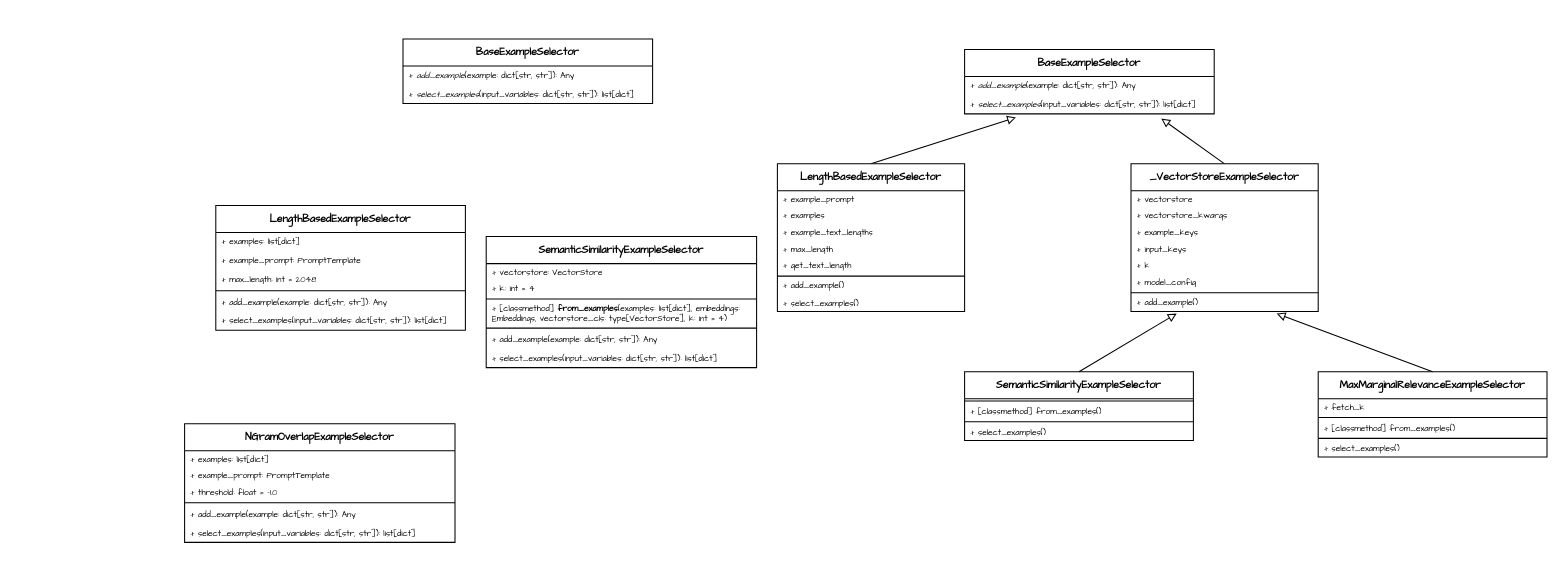
The draw.io diagram page "ExampleSelector" (5 of 8) of Draw_Files/langchain.drawio in wangmu0115/WangMu, before the edit. Source tidied: cells renumbered, new cells numbered last; positions are measured from the earlier drawing's top-left corner, leaving out a move shared by most shapes. Both pictures are drawn from the tidied source at 104%, with x=0, y=0 at pixel (184, 38).
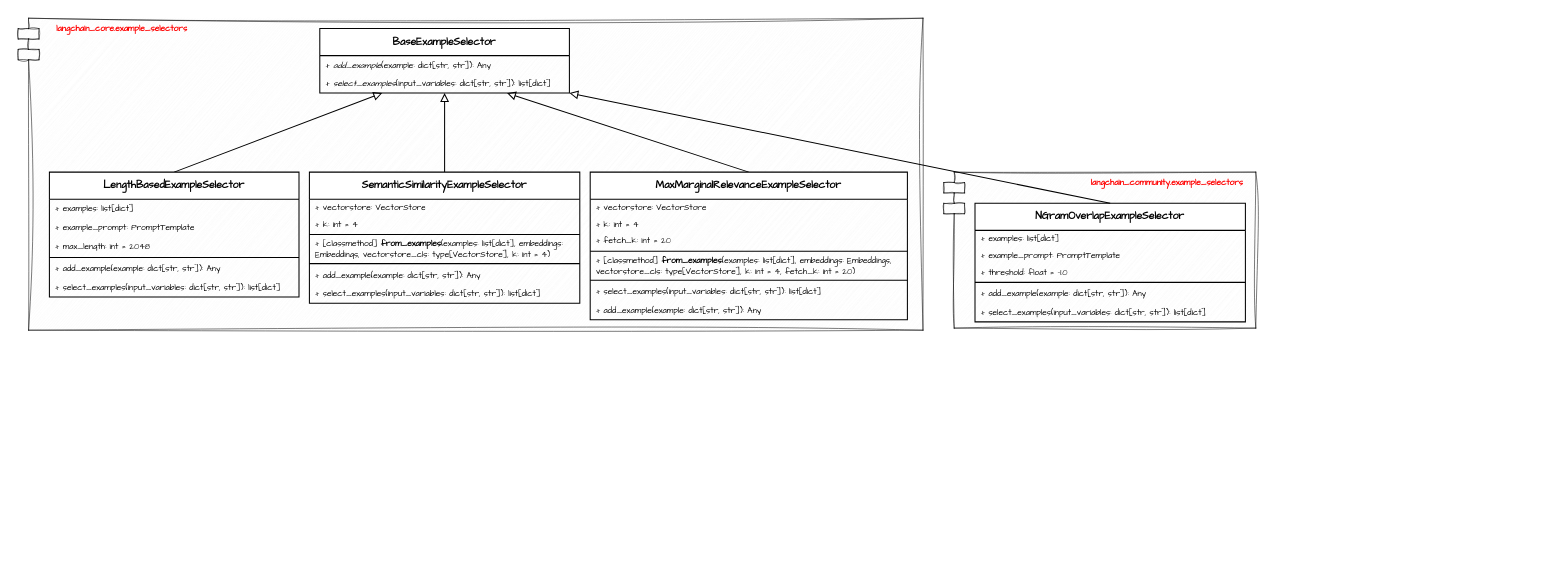
The same page after the edit.

Change to the diagram source:
```diff
@@
-    <mxCell id="2" style="rounded=0;jettySize=auto;html=1;entryX=0.5;entryY=0;entryDx=0;entryDy=0;exitX=0.206;exitY=1.188;exitDx=0;exitDy=0;startArrow=block;startFill=0;endArrow=none;endFill=0;exitPerimeter=0;" parent="1" edge="1" source="6" target="7">
-      <mxGeometry relative="1" as="geometry" />
-    </mxCell>
-    <mxCell id="3" style="rounded=0;jettySize=auto;html=1;entryX=0.5;entryY=0;entryDx=0;entryDy=0;exitX=0.788;exitY=1.25;exitDx=0;exitDy=0;startArrow=block;startFill=0;endArrow=none;endFill=0;exitPerimeter=0;" parent="1" edge="1" source="6" target="27">
-      <mxGeometry relative="1" as="geometry" />
-    </mxCell>
-    <mxCell id="4" value="BaseExampleSelector" style="swimlane;fontStyle=1;align=center;verticalAlign=top;horizontal=1;startSize=26;whiteSpace=wrap;html=1;fontFamily=Comic Sans MS;fontSize=10;" parent="1" vertex="1">
-      <mxGeometry x="750" y="10" width="240" height="62" as="geometry" />
-    </mxCell>
-    <mxCell id="5" value="+ &lt;i&gt;add_example&lt;/i&gt;(example: dict[str, str]): Any" style="text;strokeColor=none;fillColor=none;align=left;verticalAlign=middle;spacingLeft=4;spacingRight=4;overflow=hidden;whiteSpace=wrap;html=1;fontFamily=Comic Sans MS;fontSize=8;" parent="4" vertex="1">
-      <mxGeometry y="26" width="240" height="18" as="geometry" />
-    </mxCell>
-    <mxCell id="6" value="+ &lt;i&gt;select_examples&lt;/i&gt;(input_variables: dict[str, str]):&amp;nbsp;list[dict]" style="text;strokeColor=none;fillColor=none;align=left;verticalAlign=middle;spacingLeft=4;spacingRight=4;overflow=hidden;points=[[0,0.5],[1,0.5]];portConstraint=eastwest;whiteSpace=wrap;html=1;fontFamily=Comic Sans MS;fontSize=8;" parent="4" vertex="1">
-      <mxGeometry y="44" width="240" height="18" as="geometry" />
-    </mxCell>
-    <mxCell id="7" value="LengthBasedExampleSelector" style="swimlane;fontStyle=1;align=center;verticalAlign=top;horizontal=1;startSize=26;whiteSpace=wrap;html=1;fontFamily=Comic Sans MS;fontSize=10;" parent="1" vertex="1">
-      <mxGeometry x="570" y="120" width="180" height="142" as="geometry" />
-    </mxCell>
-    <mxCell id="8" value="+ example_prompt" style="text;strokeColor=none;fillColor=none;align=left;verticalAlign=middle;spacingLeft=4;spacingRight=4;overflow=hidden;whiteSpace=wrap;html=1;fontFamily=Comic Sans MS;fontSize=8;" parent="7" vertex="1">
-      <mxGeometry y="26" width="180" height="16" as="geometry" />
-    </mxCell>
-    <mxCell id="9" value="+ examples" style="text;strokeColor=none;fillColor=none;align=left;verticalAlign=middle;spacingLeft=4;spacingRight=4;overflow=hidden;whiteSpace=wrap;html=1;fontFamily=Comic Sans MS;fontSize=8;" parent="7" vertex="1">
-      <mxGeometry y="42" width="180" height="16" as="geometry" />
-    </mxCell>
-    <mxCell id="10" value="+ example_text_lengths" style="text;strokeColor=none;fillColor=none;align=left;verticalAlign=middle;spacingLeft=4;spacingRight=4;overflow=hidden;whiteSpace=wrap;html=1;fontFamily=Comic Sans MS;fontSize=8;" parent="7" vertex="1">
-      <mxGeometry y="58" width="180" height="16" as="geometry" />
-    </mxCell>
-    <mxCell id="11" value="+ max_length" style="text;strokeColor=none;fillColor=none;align=left;verticalAlign=middle;spacingLeft=4;spacingRight=4;overflow=hidden;whiteSpace=wrap;html=1;fontFamily=Comic Sans MS;fontSize=8;" parent="7" vertex="1">
-      <mxGeometry y="74" width="180" height="16" as="geometry" />
-    </mxCell>
-    <mxCell id="12" value="+ get_text_length" style="text;strokeColor=none;fillColor=none;align=left;verticalAlign=middle;spacingLeft=4;spacingRight=4;overflow=hidden;whiteSpace=wrap;html=1;fontFamily=Comic Sans MS;fontSize=8;" parent="7" vertex="1">
-      <mxGeometry y="90" width="180" height="16" as="geometry" />
-    </mxCell>
-    <mxCell id="13" style="line;strokeWidth=1;fillColor=none;align=left;verticalAlign=middle;spacingTop=-1;spacingLeft=3;spacingRight=3;labelPosition=right;strokeColor=inherit;fontFamily=Comic Sans MS;" parent="7" vertex="1">
-      <mxGeometry y="106" width="180" height="4" as="geometry" />
-    </mxCell>
-    <mxCell id="14" value="+ add_example()&lt;div&gt;&amp;nbsp;&lt;/div&gt;" style="text;strokeColor=none;fillColor=none;align=left;verticalAlign=middle;spacingLeft=4;spacingRight=4;overflow=hidden;whiteSpace=wrap;html=1;fontFamily=Comic Sans MS;fontSize=8;" parent="7" vertex="1">
-      <mxGeometry y="110" width="180" height="16" as="geometry" />
-    </mxCell>
-    <mxCell id="15" value="+ select_examples()" style="text;strokeColor=none;fillColor=none;align=left;verticalAlign=middle;spacingLeft=4;spacingRight=4;overflow=hidden;whiteSpace=wrap;html=1;fontFamily=Comic Sans MS;fontSize=8;" parent="7" vertex="1">
-      <mxGeometry y="126" width="180" height="16" as="geometry" />
-    </mxCell>
-    <mxCell id="16" value="SemanticSimilarityExampleSelector" style="swimlane;fontStyle=1;align=center;verticalAlign=top;horizontal=1;startSize=26;whiteSpace=wrap;html=1;fontFamily=Comic Sans MS;fontSize=10;" parent="1" vertex="1">
-      <mxGeometry x="750" y="320" width="220" height="66" as="geometry" />
-    </mxCell>
-    <mxCell id="17" style="line;strokeWidth=1;fillColor=none;align=left;verticalAlign=middle;spacingTop=-1;spacingLeft=3;spacingRight=3;labelPosition=right;strokeColor=inherit;fontFamily=Comic Sans MS;" parent="16" vertex="1">
-      <mxGeometry y="26" width="220" height="4" as="geometry" />
-    </mxCell>
-    <mxCell id="18" value="+ [classmethod] from_examples()" style="text;strokeColor=none;fillColor=none;align=left;verticalAlign=middle;spacingLeft=4;spacingRight=4;overflow=hidden;whiteSpace=wrap;html=1;fontFamily=Comic Sans MS;fontSize=8;" parent="16" vertex="1">
-      <mxGeometry y="30" width="220" height="16" as="geometry" />
-    </mxCell>
-    <mxCell id="19" style="line;strokeWidth=1;fillColor=none;align=left;verticalAlign=middle;spacingTop=-1;spacingLeft=3;spacingRight=3;labelPosition=right;strokeColor=inherit;" parent="16" vertex="1">
-      <mxGeometry y="46" width="220" height="4" as="geometry" />
-    </mxCell>
-    <mxCell id="20" value="+ select_examples()" style="text;strokeColor=none;fillColor=none;align=left;verticalAlign=middle;spacingLeft=4;spacingRight=4;overflow=hidden;whiteSpace=wrap;html=1;fontFamily=Comic Sans MS;fontSize=8;" parent="16" vertex="1">
-      <mxGeometry y="50" width="220" height="16" as="geometry" />
-    </mxCell>
+    <mxCell id="63" style="shape=module;align=left;spacingLeft=20;align=center;verticalAlign=top;whiteSpace=wrap;html=1;fillColor=#f5f5f5;fontColor=#333333;strokeColor=default;sketch=1;curveFitting=1;jiggle=2;strokeWidth=0.5;" parent="1" vertex="1">
+      <mxGeometry x="-160" y="-20" width="870" height="300" as="geometry" />
+    </mxCell>
+    <mxCell id="64" style="shape=module;align=left;spacingLeft=20;align=center;verticalAlign=top;whiteSpace=wrap;html=1;fillColor=#f5f5f5;fontColor=#333333;strokeColor=default;sketch=1;curveFitting=1;jiggle=2;strokeWidth=0.5;" parent="1" vertex="1">
+      <mxGeometry x="730" y="128" width="300" height="150" as="geometry" />
+    </mxCell>
+    <mxCell id="65" style="rounded=0;jettySize=auto;html=1;exitX=0.5;exitY=0;exitDx=0;exitDy=0;entryX=0.75;entryY=1;entryDx=0;entryDy=0;endArrow=block;endFill=0;" parent="1" edge="1" source="21" target="45">
+      <mxGeometry relative="1" as="geometry" />
+    </mxCell>
     <mxCell id="21" value="MaxMarginalRelevanceExampleSelector" style="swimlane;fontStyle=1;align=center;verticalAlign=top;horizontal=1;startSize=26;whiteSpace=wrap;html=1;fontFamily=Comic Sans MS;fontSize=10;" parent="1" vertex="1">
-      <mxGeometry x="1090" y="320" width="220" height="82" as="geometry" />
+      <mxGeometry x="390" y="128" width="305" height="142" as="geometry" />
     </mxCell>
+    <mxCell id="66" value="+ vectorstore: VectorStore" style="text;strokeColor=none;fillColor=none;align=left;verticalAlign=middle;spacingLeft=4;spacingRight=4;overflow=hidden;whiteSpace=wrap;html=1;fontFamily=Comic Sans MS;fontSize=8;" parent="21" vertex="1">
+      <mxGeometry y="26" width="305" height="16" as="geometry" />
+    </mxCell>
+    <mxCell id="67" value="+ k: int = 4" style="text;strokeColor=none;fillColor=none;align=left;verticalAlign=middle;spacingLeft=4;spacingRight=4;overflow=hidden;whiteSpace=wrap;html=1;fontFamily=Comic Sans MS;fontSize=8;" parent="21" vertex="1">
+      <mxGeometry y="42" width="305" height="16" as="geometry" />
+    </mxCell>
-    <mxCell id="22" value="+ fetch_k" style="text;strokeColor=none;fillColor=none;align=left;verticalAlign=middle;spacingLeft=4;spacingRight=4;overflow=hidden;whiteSpace=wrap;html=1;fontFamily=Comic Sans MS;fontSize=8;" parent="21" vertex="1">
-      <mxGeometry y="26" width="220" height="16" as="geometry" />
+    <mxCell id="22" value="+ fetch_k: int = 20" style="text;strokeColor=none;fillColor=none;align=left;verticalAlign=middle;spacingLeft=4;spacingRight=4;overflow=hidden;whiteSpace=wrap;html=1;fontFamily=Comic Sans MS;fontSize=8;" parent="21" vertex="1">
+      <mxGeometry y="58" width="305" height="16" as="geometry" />
     </mxCell>
     <mxCell id="23" style="line;strokeWidth=1;fillColor=none;align=left;verticalAlign=middle;spacingTop=-1;spacingLeft=3;spacingRight=3;labelPosition=right;strokeColor=inherit;" parent="21" vertex="1">
-      <mxGeometry y="42" width="220" height="4" as="geometry" />
+      <mxGeometry y="74" width="305" height="4" as="geometry" />
     </mxCell>
-    <mxCell id="24" value="+ [classmethod] from_examples()" style="text;strokeColor=none;fillColor=none;align=left;verticalAlign=middle;spacingLeft=4;spacingRight=4;overflow=hidden;whiteSpace=wrap;html=1;fontFamily=Comic Sans MS;fontSize=8;" parent="21" vertex="1">
-      <mxGeometry y="46" width="220" height="16" as="geometry" />
-    </mxCell>
+    <mxCell id="68" value="+ [classmethod] &lt;b&gt;from_examples&lt;/b&gt;(examples: list[dict], embeddings: Embeddings, vectorstore_cls: type[VectorStore], k: int = 4, fetch_k: int = 20)" style="text;strokeColor=none;fillColor=none;align=left;verticalAlign=middle;spacingLeft=4;spacingRight=4;overflow=hidden;whiteSpace=wrap;html=1;fontFamily=Comic Sans MS;fontSize=8;" parent="21" vertex="1">
+      <mxGeometry y="78" width="305" height="24" as="geometry" />
+    </mxCell>
     <mxCell id="25" style="line;strokeWidth=1;fillColor=none;align=left;verticalAlign=middle;spacingTop=-1;spacingLeft=3;spacingRight=3;labelPosition=right;strokeColor=inherit;fontFamily=Comic Sans MS;" parent="21" vertex="1">
-      <mxGeometry y="62" width="220" height="4" as="geometry" />
+      <mxGeometry y="102" width="305" height="4" as="geometry" />
     </mxCell>
-    <mxCell id="26" value="+ select_examples()" style="text;strokeColor=none;fillColor=none;align=left;verticalAlign=middle;spacingLeft=4;spacingRight=4;overflow=hidden;whiteSpace=wrap;html=1;fontFamily=Comic Sans MS;fontSize=8;" parent="21" vertex="1">
-      <mxGeometry y="66" width="220" height="16" as="geometry" />
-    </mxCell>
-    <mxCell id="27" value="_VectorStoreExampleSelector" style="swimlane;fontStyle=1;align=center;verticalAlign=top;horizontal=1;startSize=26;whiteSpace=wrap;html=1;fontFamily=Comic Sans MS;fontSize=10;" parent="1" vertex="1">
-      <mxGeometry x="910" y="120" width="180" height="142" as="geometry" />
-    </mxCell>
-    <mxCell id="28" value="+ vectorstore" style="text;strokeColor=none;fillColor=none;align=left;verticalAlign=middle;spacingLeft=4;spacingRight=4;overflow=hidden;whiteSpace=wrap;html=1;fontFamily=Comic Sans MS;fontSize=8;" parent="27" vertex="1">
-      <mxGeometry y="26" width="180" height="16" as="geometry" />
-    </mxCell>
-    <mxCell id="29" value="+ vectorstore_kwargs" style="text;strokeColor=none;fillColor=none;align=left;verticalAlign=middle;spacingLeft=4;spacingRight=4;overflow=hidden;whiteSpace=wrap;html=1;fontFamily=Comic Sans MS;fontSize=8;" parent="27" vertex="1">
-      <mxGeometry y="42" width="180" height="16" as="geometry" />
-    </mxCell>
-    <mxCell id="30" value="+ example_keys" style="text;strokeColor=none;fillColor=none;align=left;verticalAlign=middle;spacingLeft=4;spacingRight=4;overflow=hidden;whiteSpace=wrap;html=1;fontFamily=Comic Sans MS;fontSize=8;" parent="27" vertex="1">
-      <mxGeometry y="58" width="180" height="16" as="geometry" />
-    </mxCell>
-    <mxCell id="31" value="+ input_keys" style="text;strokeColor=none;fillColor=none;align=left;verticalAlign=middle;spacingLeft=4;spacingRight=4;overflow=hidden;whiteSpace=wrap;html=1;fontFamily=Comic Sans MS;fontSize=8;" parent="27" vertex="1">
-      <mxGeometry y="74" width="180" height="16" as="geometry" />
-    </mxCell>
-    <mxCell id="32" value="+ k" style="text;strokeColor=none;fillColor=none;align=left;verticalAlign=middle;spacingLeft=4;spacingRight=4;overflow=hidden;whiteSpace=wrap;html=1;fontFamily=Comic Sans MS;fontSize=8;" parent="27" vertex="1">
-      <mxGeometry y="90" width="180" height="16" as="geometry" />
-    </mxCell>
-    <mxCell id="33" value="+ model_config" style="text;strokeColor=none;fillColor=none;align=left;verticalAlign=middle;spacingLeft=4;spacingRight=4;overflow=hidden;whiteSpace=wrap;html=1;fontFamily=Comic Sans MS;fontSize=8;" parent="27" vertex="1">
-      <mxGeometry y="106" width="180" height="16" as="geometry" />
-    </mxCell>
-    <mxCell id="34" style="line;strokeWidth=1;fillColor=none;align=left;verticalAlign=middle;spacingTop=-1;spacingLeft=3;spacingRight=3;labelPosition=right;strokeColor=inherit;fontFamily=Comic Sans MS;" parent="27" vertex="1">
-      <mxGeometry y="122" width="180" height="4" as="geometry" />
-    </mxCell>
-    <mxCell id="35" value="+ add_example()&lt;div&gt;&amp;nbsp;&lt;/div&gt;" style="text;strokeColor=none;fillColor=none;align=left;verticalAlign=middle;spacingLeft=4;spacingRight=4;overflow=hidden;points=[[0,0.5],[1,0.5]];portConstraint=eastwest;whiteSpace=wrap;html=1;fontFamily=Comic Sans MS;fontSize=8;" parent="27" vertex="1">
-      <mxGeometry y="126" width="180" height="16" as="geometry" />
-    </mxCell>
-    <mxCell id="36" style="rounded=0;jettySize=auto;html=1;exitX=0.5;exitY=0;exitDx=0;exitDy=0;entryX=0.244;entryY=1.125;entryDx=0;entryDy=0;entryPerimeter=0;startArrow=none;startFill=0;endArrow=block;endFill=0;" parent="1" edge="1" source="16" target="35">
-      <mxGeometry relative="1" as="geometry" />
-    </mxCell>
-    <mxCell id="37" style="rounded=0;jettySize=auto;html=1;exitX=0.5;exitY=0;exitDx=0;exitDy=0;entryX=0.778;entryY=1.125;entryDx=0;entryDy=0;entryPerimeter=0;endArrow=block;endFill=0;" parent="1" edge="1" source="21" target="35">
-      <mxGeometry relative="1" as="geometry" />
-    </mxCell>
+    <mxCell id="69" value="+ select_examples(input_variables: dict[str, str]):&amp;nbsp;list[dict]" style="text;strokeColor=none;fillColor=none;align=left;verticalAlign=middle;spacingLeft=4;spacingRight=4;overflow=hidden;whiteSpace=wrap;html=1;fontFamily=Comic Sans MS;fontSize=8;" parent="21" vertex="1">
+      <mxGeometry y="106" width="305" height="18" as="geometry" />
+    </mxCell>
+    <mxCell id="70" value="+ add_example(example: dict[str, str]): Any" style="text;strokeColor=none;fillColor=none;align=left;verticalAlign=middle;spacingLeft=4;spacingRight=4;overflow=hidden;whiteSpace=wrap;html=1;fontFamily=Comic Sans MS;fontSize=8;" parent="21" vertex="1">
+      <mxGeometry y="124" width="305" height="18" as="geometry" />
+    </mxCell>
+    <mxCell id="71" style="rounded=0;jettySize=auto;html=1;exitX=0.5;exitY=0;exitDx=0;exitDy=0;entryX=0.25;entryY=1;entryDx=0;entryDy=0;endArrow=block;endFill=0;" parent="1" edge="1" source="38" target="45">
+      <mxGeometry relative="1" as="geometry" />
+    </mxCell>
     <mxCell id="38" value="LengthBasedExampleSelector" style="swimlane;fontStyle=1;align=center;verticalAlign=top;horizontal=1;startSize=26;whiteSpace=wrap;html=1;fontFamily=Comic Sans MS;fontSize=10;" parent="1" vertex="1">
-      <mxGeometry x="30" y="160" width="240" height="120" as="geometry" />
+      <mxGeometry x="-130" y="128" width="240" height="120" as="geometry" />
     </mxCell>
@@
     <mxCell id="45" value="BaseExampleSelector" style="swimlane;fontStyle=1;align=center;verticalAlign=top;horizontal=1;startSize=26;whiteSpace=wrap;html=1;fontFamily=Comic Sans MS;fontSize=10;" parent="1" vertex="1">
-      <mxGeometry x="210" width="240" height="62" as="geometry" />
+      <mxGeometry x="130" y="-10" width="240" height="62" as="geometry" />
     </mxCell>
@@
+    <mxCell id="72" style="rounded=0;jettySize=auto;html=1;exitX=0.5;exitY=0;exitDx=0;exitDy=0;entryX=0.5;entryY=1;entryDx=0;entryDy=0;endArrow=block;endFill=0;" parent="1" edge="1" source="48" target="45">
+      <mxGeometry relative="1" as="geometry" />
+    </mxCell>
     <mxCell id="48" value="SemanticSimilarityExampleSelector" style="swimlane;fontStyle=1;align=center;verticalAlign=top;horizontal=1;startSize=26;whiteSpace=wrap;html=1;fontFamily=Comic Sans MS;fontSize=10;" parent="1" vertex="1">
-      <mxGeometry x="290" y="190" width="260" height="126" as="geometry" />
+      <mxGeometry x="120" y="128" width="260" height="126" as="geometry" />
     </mxCell>
@@
     <mxCell id="56" value="NGramOverlapExampleSelector" style="swimlane;fontStyle=1;align=center;verticalAlign=top;horizontal=1;startSize=26;whiteSpace=wrap;html=1;fontFamily=Comic Sans MS;fontSize=10;" parent="1" vertex="1">
-      <mxGeometry y="370" width="260" height="114" as="geometry" />
+      <mxGeometry x="760" y="158" width="260" height="114" as="geometry" />
     </mxCell>
@@
+    <mxCell id="73" style="rounded=0;jettySize=auto;html=1;exitX=0.5;exitY=0;exitDx=0;exitDy=0;entryX=1;entryY=1;entryDx=0;entryDy=0;endArrow=block;endFill=0;" parent="1" edge="1" source="56" target="45">
+      <mxGeometry relative="1" as="geometry" />
+    </mxCell>
+    <mxCell id="74" value="langchain_core.example_selectors" style="text;html=1;align=center;verticalAlign=middle;whiteSpace=wrap;rounded=0;fontSize=8;fontFamily=Comic Sans MS;fillColor=none;strokeColor=none;sketch=1;curveFitting=1;jiggle=2;fontStyle=1;fontColor=#FF0000;" parent="1" vertex="1">
+      <mxGeometry x="-130" y="-20" width="140" height="20" as="geometry" />
+    </mxCell>
+    <mxCell id="75" value="langchain_community.example_selectors" style="text;html=1;align=center;verticalAlign=middle;whiteSpace=wrap;rounded=0;fontSize=8;fontFamily=Comic Sans MS;fillColor=none;strokeColor=none;sketch=1;curveFitting=1;jiggle=2;fontStyle=1;fontColor=#FF0000;" parent="1" vertex="1">
+      <mxGeometry x="860" y="128" width="170" height="20" as="geometry" />
+    </mxCell>
```
